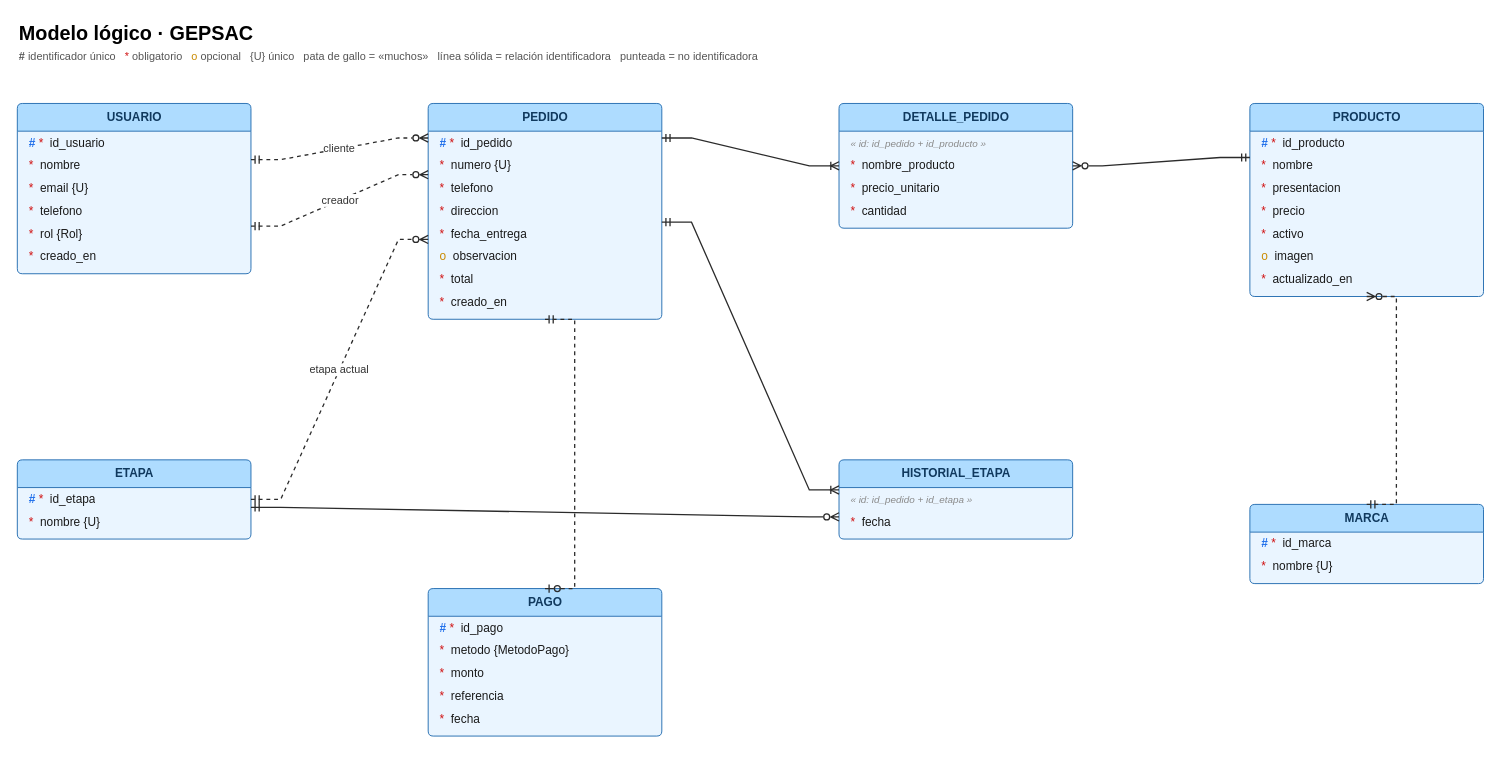
The draw.io diagram docs/MODELO_LOGICO.drawio in jorgesoto-13/APP-GEPSAC, before the edit. Source tidied: cells renumbered, new cells numbered last; positions are measured from the earlier drawing's top-left corner, leaving out a move shared by most shapes. Both pictures are drawn from the tidied source at 99%, with x=0, y=0 at pixel (17, 17).
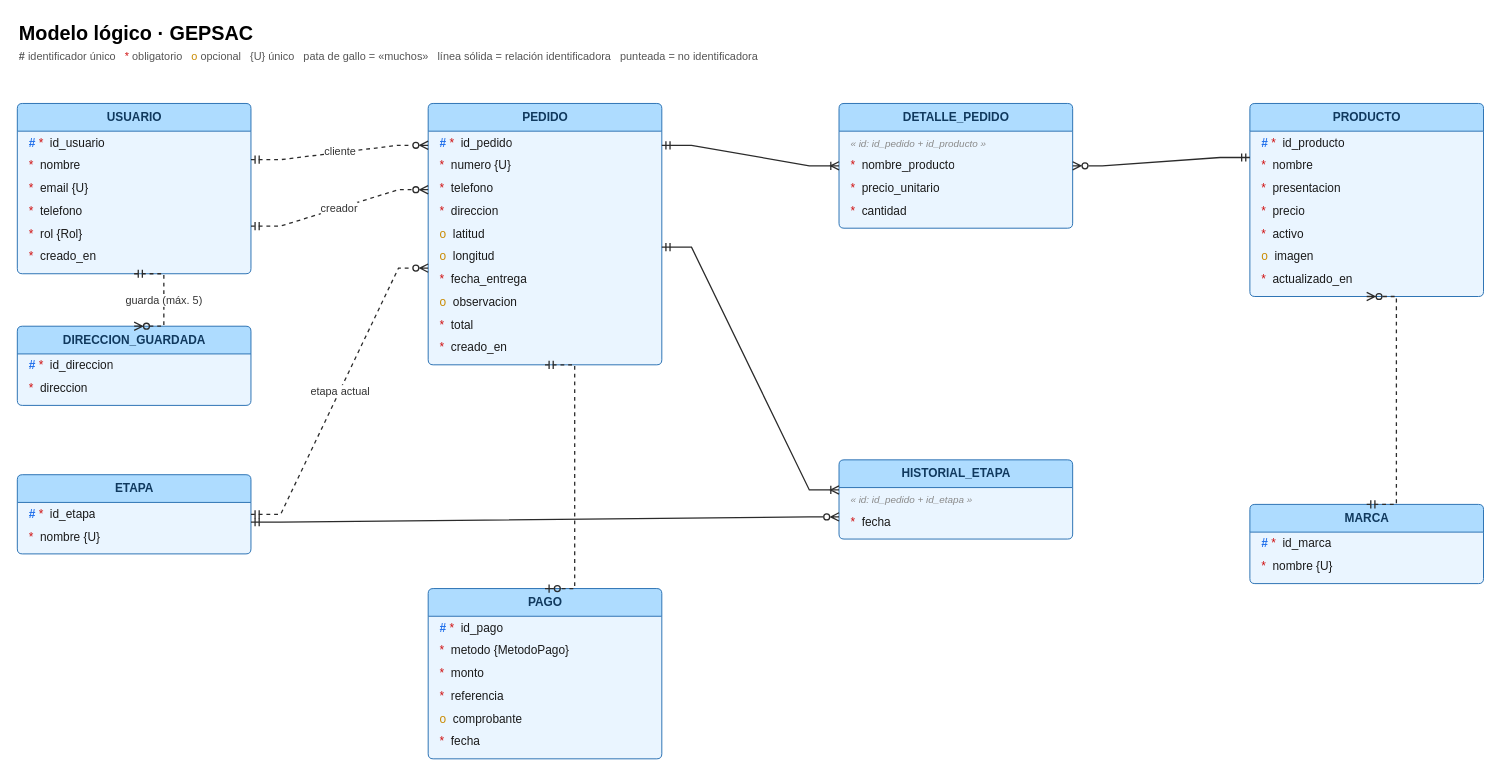
After the change.

Commit message (it also covers changes not shown here):
Actualiza los modelos conceptual, lógico y físico con las direcciones guardadas, la ubicación en el mapa y el comprobante de pago

The change refers to these unchanged cells:
```xml
<mxCell id="4" value="USUARIO" style="swimlane;rounded=1;arcSize=6;startSize=28;fillColor=#AEDCFF;swimlaneFillColor=#EAF5FF;strokeColor=#2E74B5;fontColor=#10395E;fontStyle=1;fontSize=12;html=1;horizontal=1;align=center;verticalAlign=middle;" parent="1" vertex="1">
  <mxGeometry y="87" width="236" height="172" as="geometry" />
</mxCell>
<mxCell id="29" value="DETALLE_PEDIDO" style="swimlane;rounded=1;arcSize=6;startSize=28;fillColor=#AEDCFF;swimlaneFillColor=#EAF5FF;strokeColor=#2E74B5;fontColor=#10395E;fontStyle=1;fontSize=12;html=1;horizontal=1;align=center;verticalAlign=middle;" parent="1" vertex="1">
  <mxGeometry x="830" y="87" width="236" height="126" as="geometry" />
</mxCell>
<mxCell id="34" value="HISTORIAL_ETAPA" style="swimlane;rounded=1;arcSize=6;startSize=28;fillColor=#AEDCFF;swimlaneFillColor=#EAF5FF;strokeColor=#2E74B5;fontColor=#10395E;fontStyle=1;fontSize=12;html=1;horizontal=1;align=center;verticalAlign=middle;" parent="1" vertex="1">
  <mxGeometry x="830" y="447" width="236" height="80" as="geometry" />
</mxCell>
<mxCell id="37" value="PRODUCTO" style="swimlane;rounded=1;arcSize=6;startSize=28;fillColor=#AEDCFF;swimlaneFillColor=#EAF5FF;strokeColor=#2E74B5;fontColor=#10395E;fontStyle=1;fontSize=12;html=1;horizontal=1;align=center;verticalAlign=middle;" parent="1" vertex="1">
  <mxGeometry x="1245" y="87" width="236" height="195" as="geometry" />
</mxCell>
<mxCell id="45" value="MARCA" style="swimlane;rounded=1;arcSize=6;startSize=28;fillColor=#AEDCFF;swimlaneFillColor=#EAF5FF;strokeColor=#2E74B5;fontColor=#10395E;fontStyle=1;fontSize=12;html=1;horizontal=1;align=center;verticalAlign=middle;" parent="1" vertex="1">
  <mxGeometry x="1245" y="492" width="236" height="80" as="geometry" />
</mxCell>
```

What changed in the source:
```diff
@@
+    <mxCell id="57" value="DIRECCION_GUARDADA" style="swimlane;rounded=1;arcSize=6;startSize=28;fillColor=#AEDCFF;swimlaneFillColor=#EAF5FF;strokeColor=#2E74B5;fontColor=#10395E;fontStyle=1;fontSize=12;html=1;horizontal=1;align=center;verticalAlign=middle;" parent="1" vertex="1">
+      <mxGeometry y="312" width="236" height="80" as="geometry" />
+    </mxCell>
+    <mxCell id="58" value="&lt;font color=&quot;#1F6FEB&quot;&gt;&lt;b&gt;#&lt;/b&gt;&lt;/font&gt;&amp;nbsp;&lt;font color=&quot;#D01010&quot;&gt;*&lt;/font&gt;&amp;nbsp;&amp;nbsp;id_direccion" style="text;html=1;strokeColor=none;fillColor=none;align=left;verticalAlign=middle;spacingLeft=10;overflow=hidden;whiteSpace=nowrap;fontSize=12;fontColor=#1A1A1A;" parent="57" vertex="1">
+      <mxGeometry y="28" width="236" height="23" as="geometry" />
+    </mxCell>
+    <mxCell id="59" value="&lt;font color=&quot;#D01010&quot;&gt;*&lt;/font&gt;&amp;nbsp;&amp;nbsp;direccion" style="text;html=1;strokeColor=none;fillColor=none;align=left;verticalAlign=middle;spacingLeft=10;overflow=hidden;whiteSpace=nowrap;fontSize=12;fontColor=#1A1A1A;" parent="57" vertex="1">
+      <mxGeometry y="51" width="236" height="23" as="geometry" />
+    </mxCell>
     <mxCell id="11" value="ETAPA" style="swimlane;rounded=1;arcSize=6;startSize=28;fillColor=#AEDCFF;swimlaneFillColor=#EAF5FF;strokeColor=#2E74B5;fontColor=#10395E;fontStyle=1;fontSize=12;html=1;horizontal=1;align=center;verticalAlign=middle;" parent="1" vertex="1">
-      <mxGeometry y="447" width="236" height="80" as="geometry" />
+      <mxGeometry y="462" width="236" height="80" as="geometry" />
     </mxCell>
@@
     <mxCell id="14" value="PEDIDO" style="swimlane;rounded=1;arcSize=6;startSize=28;fillColor=#AEDCFF;swimlaneFillColor=#EAF5FF;strokeColor=#2E74B5;fontColor=#10395E;fontStyle=1;fontSize=12;html=1;horizontal=1;align=center;verticalAlign=middle;" parent="1" vertex="1">
-      <mxGeometry x="415" y="87" width="236" height="218" as="geometry" />
+      <mxGeometry x="415" y="87" width="236" height="264" as="geometry" />
     </mxCell>
@@
-    <mxCell id="19" value="&lt;font color=&quot;#D01010&quot;&gt;*&lt;/font&gt;&amp;nbsp;&amp;nbsp;fecha_entrega" style="text;html=1;strokeColor=none;fillColor=none;align=left;verticalAlign=middle;spacingLeft=10;overflow=hidden;whiteSpace=nowrap;fontSize=12;fontColor=#1A1A1A;" parent="14" vertex="1">
+    <mxCell id="19" value="&lt;font color=&quot;#C98A00&quot;&gt;o&lt;/font&gt;&amp;nbsp;&amp;nbsp;latitud" style="text;html=1;strokeColor=none;fillColor=none;align=left;verticalAlign=middle;spacingLeft=10;overflow=hidden;whiteSpace=nowrap;fontSize=12;fontColor=#1A1A1A;" parent="14" vertex="1">
       <mxGeometry y="120" width="236" height="23" as="geometry" />
     </mxCell>
-    <mxCell id="20" value="&lt;font color=&quot;#C98A00&quot;&gt;o&lt;/font&gt;&amp;nbsp;&amp;nbsp;observacion" style="text;html=1;strokeColor=none;fillColor=none;align=left;verticalAlign=middle;spacingLeft=10;overflow=hidden;whiteSpace=nowrap;fontSize=12;fontColor=#1A1A1A;" parent="14" vertex="1">
+    <mxCell id="20" value="&lt;font color=&quot;#C98A00&quot;&gt;o&lt;/font&gt;&amp;nbsp;&amp;nbsp;longitud" style="text;html=1;strokeColor=none;fillColor=none;align=left;verticalAlign=middle;spacingLeft=10;overflow=hidden;whiteSpace=nowrap;fontSize=12;fontColor=#1A1A1A;" parent="14" vertex="1">
       <mxGeometry y="143" width="236" height="23" as="geometry" />
     </mxCell>
-    <mxCell id="21" value="&lt;font color=&quot;#D01010&quot;&gt;*&lt;/font&gt;&amp;nbsp;&amp;nbsp;total" style="text;html=1;strokeColor=none;fillColor=none;align=left;verticalAlign=middle;spacingLeft=10;overflow=hidden;whiteSpace=nowrap;fontSize=12;fontColor=#1A1A1A;" parent="14" vertex="1">
+    <mxCell id="21" value="&lt;font color=&quot;#D01010&quot;&gt;*&lt;/font&gt;&amp;nbsp;&amp;nbsp;fecha_entrega" style="text;html=1;strokeColor=none;fillColor=none;align=left;verticalAlign=middle;spacingLeft=10;overflow=hidden;whiteSpace=nowrap;fontSize=12;fontColor=#1A1A1A;" parent="14" vertex="1">
       <mxGeometry y="166" width="236" height="23" as="geometry" />
     </mxCell>
-    <mxCell id="22" value="&lt;font color=&quot;#D01010&quot;&gt;*&lt;/font&gt;&amp;nbsp;&amp;nbsp;creado_en" style="text;html=1;strokeColor=none;fillColor=none;align=left;verticalAlign=middle;spacingLeft=10;overflow=hidden;whiteSpace=nowrap;fontSize=12;fontColor=#1A1A1A;" parent="14" vertex="1">
+    <mxCell id="22" value="&lt;font color=&quot;#C98A00&quot;&gt;o&lt;/font&gt;&amp;nbsp;&amp;nbsp;observacion" style="text;html=1;strokeColor=none;fillColor=none;align=left;verticalAlign=middle;spacingLeft=10;overflow=hidden;whiteSpace=nowrap;fontSize=12;fontColor=#1A1A1A;" parent="14" vertex="1">
       <mxGeometry y="189" width="236" height="23" as="geometry" />
     </mxCell>
+    <mxCell id="60" value="&lt;font color=&quot;#D01010&quot;&gt;*&lt;/font&gt;&amp;nbsp;&amp;nbsp;total" style="text;html=1;strokeColor=none;fillColor=none;align=left;verticalAlign=middle;spacingLeft=10;overflow=hidden;whiteSpace=nowrap;fontSize=12;fontColor=#1A1A1A;" parent="14" vertex="1">
+      <mxGeometry y="212" width="236" height="23" as="geometry" />
+    </mxCell>
+    <mxCell id="61" value="&lt;font color=&quot;#D01010&quot;&gt;*&lt;/font&gt;&amp;nbsp;&amp;nbsp;creado_en" style="text;html=1;strokeColor=none;fillColor=none;align=left;verticalAlign=middle;spacingLeft=10;overflow=hidden;whiteSpace=nowrap;fontSize=12;fontColor=#1A1A1A;" parent="14" vertex="1">
+      <mxGeometry y="235" width="236" height="23" as="geometry" />
+    </mxCell>
     <mxCell id="23" value="PAGO" style="swimlane;rounded=1;arcSize=6;startSize=28;fillColor=#AEDCFF;swimlaneFillColor=#EAF5FF;strokeColor=#2E74B5;fontColor=#10395E;fontStyle=1;fontSize=12;html=1;horizontal=1;align=center;verticalAlign=middle;" parent="1" vertex="1">
-      <mxGeometry x="415" y="577" width="236" height="149" as="geometry" />
+      <mxGeometry x="415" y="577" width="236" height="172" as="geometry" />
     </mxCell>
@@
-    <mxCell id="28" value="&lt;font color=&quot;#D01010&quot;&gt;*&lt;/font&gt;&amp;nbsp;&amp;nbsp;fecha" style="text;html=1;strokeColor=none;fillColor=none;align=left;verticalAlign=middle;spacingLeft=10;overflow=hidden;whiteSpace=nowrap;fontSize=12;fontColor=#1A1A1A;" parent="23" vertex="1">
+    <mxCell id="28" value="&lt;font color=&quot;#C98A00&quot;&gt;o&lt;/font&gt;&amp;nbsp;&amp;nbsp;comprobante" style="text;html=1;strokeColor=none;fillColor=none;align=left;verticalAlign=middle;spacingLeft=10;overflow=hidden;whiteSpace=nowrap;fontSize=12;fontColor=#1A1A1A;" parent="23" vertex="1">
       <mxGeometry y="120" width="236" height="23" as="geometry" />
     </mxCell>
+    <mxCell id="62" value="&lt;font color=&quot;#D01010&quot;&gt;*&lt;/font&gt;&amp;nbsp;&amp;nbsp;fecha" style="text;html=1;strokeColor=none;fillColor=none;align=left;verticalAlign=middle;spacingLeft=10;overflow=hidden;whiteSpace=nowrap;fontSize=12;fontColor=#1A1A1A;" parent="23" vertex="1">
+      <mxGeometry y="143" width="236" height="23" as="geometry" />
+    </mxCell>
@@
-    <mxCell id="48" value="cliente" style="edgeStyle=entityRelationEdgeStyle;html=1;rounded=0;strokeColor=#2B2B2B;strokeWidth=1.3;fontSize=11;fontColor=#333333;labelBackgroundColor=#FFFFFF;startArrow=ERmandOne;endArrow=ERzeroToMany;startFill=0;endFill=0;exitX=1;exitY=0.33;exitDx=0;exitDy=0;entryX=0;entryY=0.16;entryDx=0;entryDy=0;dashed=1;" parent="1" edge="1" source="4" target="14">
+    <mxCell id="48" value="guarda (máx. 5)" style="edgeStyle=entityRelationEdgeStyle;html=1;rounded=0;strokeColor=#2B2B2B;strokeWidth=1.3;fontSize=11;fontColor=#333333;labelBackgroundColor=#FFFFFF;startArrow=ERmandOne;endArrow=ERzeroToMany;startFill=0;endFill=0;exitX=0.5;exitY=1;exitDx=0;exitDy=0;entryX=0.5;entryY=0;entryDx=0;entryDy=0;dashed=1;" parent="1" edge="1" source="4" target="57">
       <mxGeometry relative="1" as="geometry" />
     </mxCell>
-    <mxCell id="49" value="creador" style="edgeStyle=entityRelationEdgeStyle;html=1;rounded=0;strokeColor=#2B2B2B;strokeWidth=1.3;fontSize=11;fontColor=#333333;labelBackgroundColor=#FFFFFF;startArrow=ERmandOne;endArrow=ERzeroToMany;startFill=0;endFill=0;exitX=1;exitY=0.72;exitDx=0;exitDy=0;entryX=0;entryY=0.33;entryDx=0;entryDy=0;dashed=1;" parent="1" edge="1" source="4" target="14">
+    <mxCell id="49" value="cliente" style="edgeStyle=entityRelationEdgeStyle;html=1;rounded=0;strokeColor=#2B2B2B;strokeWidth=1.3;fontSize=11;fontColor=#333333;labelBackgroundColor=#FFFFFF;startArrow=ERmandOne;endArrow=ERzeroToMany;startFill=0;endFill=0;exitX=1;exitY=0.33;exitDx=0;exitDy=0;entryX=0;entryY=0.16;entryDx=0;entryDy=0;dashed=1;" parent="1" edge="1" source="4" target="14">
       <mxGeometry relative="1" as="geometry" />
     </mxCell>
-    <mxCell id="50" value="etapa actual" style="edgeStyle=entityRelationEdgeStyle;html=1;rounded=0;strokeColor=#2B2B2B;strokeWidth=1.3;fontSize=11;fontColor=#333333;labelBackgroundColor=#FFFFFF;startArrow=ERmandOne;endArrow=ERzeroToMany;startFill=0;endFill=0;exitX=1;exitY=0.5;exitDx=0;exitDy=0;entryX=0;entryY=0.63;entryDx=0;entryDy=0;dashed=1;" parent="1" edge="1" source="11" target="14">
+    <mxCell id="50" value="creador" style="edgeStyle=entityRelationEdgeStyle;html=1;rounded=0;strokeColor=#2B2B2B;strokeWidth=1.3;fontSize=11;fontColor=#333333;labelBackgroundColor=#FFFFFF;startArrow=ERmandOne;endArrow=ERzeroToMany;startFill=0;endFill=0;exitX=1;exitY=0.72;exitDx=0;exitDy=0;entryX=0;entryY=0.33;entryDx=0;entryDy=0;dashed=1;" parent="1" edge="1" source="4" target="14">
       <mxGeometry relative="1" as="geometry" />
     </mxCell>
-    <mxCell id="51" style="edgeStyle=entityRelationEdgeStyle;html=1;rounded=0;strokeColor=#2B2B2B;strokeWidth=1.3;fontSize=11;fontColor=#333333;labelBackgroundColor=#FFFFFF;startArrow=ERmandOne;endArrow=ERzeroToMany;startFill=0;endFill=0;exitX=0.5;exitY=0;exitDx=0;exitDy=0;entryX=0.5;entryY=1;entryDx=0;entryDy=0;dashed=1;" parent="1" edge="1" source="45" target="37">
+    <mxCell id="51" value="etapa actual" style="edgeStyle=entityRelationEdgeStyle;html=1;rounded=0;strokeColor=#2B2B2B;strokeWidth=1.3;fontSize=11;fontColor=#333333;labelBackgroundColor=#FFFFFF;startArrow=ERmandOne;endArrow=ERzeroToMany;startFill=0;endFill=0;exitX=1;exitY=0.5;exitDx=0;exitDy=0;entryX=0;entryY=0.63;entryDx=0;entryDy=0;dashed=1;" parent="1" edge="1" source="11" target="14">
       <mxGeometry relative="1" as="geometry" />
     </mxCell>
-    <mxCell id="52" style="edgeStyle=entityRelationEdgeStyle;html=1;rounded=0;strokeColor=#2B2B2B;strokeWidth=1.3;fontSize=11;fontColor=#333333;labelBackgroundColor=#FFFFFF;startArrow=ERmandOne;endArrow=ERzeroToOne;startFill=0;endFill=0;exitX=0.5;exitY=1;exitDx=0;exitDy=0;entryX=0.5;entryY=0;entryDx=0;entryDy=0;dashed=1;" parent="1" edge="1" source="14" target="23">
+    <mxCell id="52" style="edgeStyle=entityRelationEdgeStyle;html=1;rounded=0;strokeColor=#2B2B2B;strokeWidth=1.3;fontSize=11;fontColor=#333333;labelBackgroundColor=#FFFFFF;startArrow=ERmandOne;endArrow=ERzeroToMany;startFill=0;endFill=0;exitX=0.5;exitY=0;exitDx=0;exitDy=0;entryX=0.5;entryY=1;entryDx=0;entryDy=0;dashed=1;" parent="1" edge="1" source="45" target="37">
       <mxGeometry relative="1" as="geometry" />
     </mxCell>
-    <mxCell id="53" style="edgeStyle=entityRelationEdgeStyle;html=1;rounded=0;strokeColor=#2B2B2B;strokeWidth=1.3;fontSize=11;fontColor=#333333;labelBackgroundColor=#FFFFFF;startArrow=ERmandOne;endArrow=ERoneToMany;startFill=0;endFill=0;exitX=1;exitY=0.16;exitDx=0;exitDy=0;entryX=0;entryY=0.5;entryDx=0;entryDy=0;" parent="1" edge="1" source="14" target="29">
+    <mxCell id="53" style="edgeStyle=entityRelationEdgeStyle;html=1;rounded=0;strokeColor=#2B2B2B;strokeWidth=1.3;fontSize=11;fontColor=#333333;labelBackgroundColor=#FFFFFF;startArrow=ERmandOne;endArrow=ERzeroToOne;startFill=0;endFill=0;exitX=0.5;exitY=1;exitDx=0;exitDy=0;entryX=0.5;entryY=0;entryDx=0;entryDy=0;dashed=1;" parent="1" edge="1" source="14" target="23">
       <mxGeometry relative="1" as="geometry" />
     </mxCell>
-    <mxCell id="54" style="edgeStyle=entityRelationEdgeStyle;html=1;rounded=0;strokeColor=#2B2B2B;strokeWidth=1.3;fontSize=11;fontColor=#333333;labelBackgroundColor=#FFFFFF;startArrow=ERmandOne;endArrow=ERzeroToMany;startFill=0;endFill=0;exitX=0;exitY=0.28;exitDx=0;exitDy=0;entryX=1;entryY=0.5;entryDx=0;entryDy=0;" parent="1" edge="1" source="37" target="29">
+    <mxCell id="54" style="edgeStyle=entityRelationEdgeStyle;html=1;rounded=0;strokeColor=#2B2B2B;strokeWidth=1.3;fontSize=11;fontColor=#333333;labelBackgroundColor=#FFFFFF;startArrow=ERmandOne;endArrow=ERoneToMany;startFill=0;endFill=0;exitX=1;exitY=0.16;exitDx=0;exitDy=0;entryX=0;entryY=0.5;entryDx=0;entryDy=0;" parent="1" edge="1" source="14" target="29">
       <mxGeometry relative="1" as="geometry" />
     </mxCell>
-    <mxCell id="55" style="edgeStyle=entityRelationEdgeStyle;html=1;rounded=0;strokeColor=#2B2B2B;strokeWidth=1.3;fontSize=11;fontColor=#333333;labelBackgroundColor=#FFFFFF;startArrow=ERmandOne;endArrow=ERoneToMany;startFill=0;endFill=0;exitX=1;exitY=0.55;exitDx=0;exitDy=0;entryX=0;entryY=0.38;entryDx=0;entryDy=0;" parent="1" edge="1" source="14" target="34">
+    <mxCell id="55" style="edgeStyle=entityRelationEdgeStyle;html=1;rounded=0;strokeColor=#2B2B2B;strokeWidth=1.3;fontSize=11;fontColor=#333333;labelBackgroundColor=#FFFFFF;startArrow=ERmandOne;endArrow=ERzeroToMany;startFill=0;endFill=0;exitX=0;exitY=0.28;exitDx=0;exitDy=0;entryX=1;entryY=0.5;entryDx=0;entryDy=0;" parent="1" edge="1" source="37" target="29">
       <mxGeometry relative="1" as="geometry" />
     </mxCell>
-    <mxCell id="56" style="edgeStyle=entityRelationEdgeStyle;html=1;rounded=0;strokeColor=#2B2B2B;strokeWidth=1.3;fontSize=11;fontColor=#333333;labelBackgroundColor=#FFFFFF;startArrow=ERmandOne;endArrow=ERzeroToMany;startFill=0;endFill=0;exitX=1;exitY=0.6;exitDx=0;exitDy=0;entryX=0;entryY=0.72;entryDx=0;entryDy=0;" parent="1" edge="1" source="11" target="34">
+    <mxCell id="56" style="edgeStyle=entityRelationEdgeStyle;html=1;rounded=0;strokeColor=#2B2B2B;strokeWidth=1.3;fontSize=11;fontColor=#333333;labelBackgroundColor=#FFFFFF;startArrow=ERmandOne;endArrow=ERoneToMany;startFill=0;endFill=0;exitX=1;exitY=0.55;exitDx=0;exitDy=0;entryX=0;entryY=0.38;entryDx=0;entryDy=0;" parent="1" edge="1" source="14" target="34">
       <mxGeometry relative="1" as="geometry" />
     </mxCell>
+    <mxCell id="63" style="edgeStyle=entityRelationEdgeStyle;html=1;rounded=0;strokeColor=#2B2B2B;strokeWidth=1.3;fontSize=11;fontColor=#333333;labelBackgroundColor=#FFFFFF;startArrow=ERmandOne;endArrow=ERzeroToMany;startFill=0;endFill=0;exitX=1;exitY=0.6;exitDx=0;exitDy=0;entryX=0;entryY=0.72;entryDx=0;entryDy=0;" parent="1" edge="1" source="11" target="34">
+      <mxGeometry relative="1" as="geometry" />
+    </mxCell>
```
